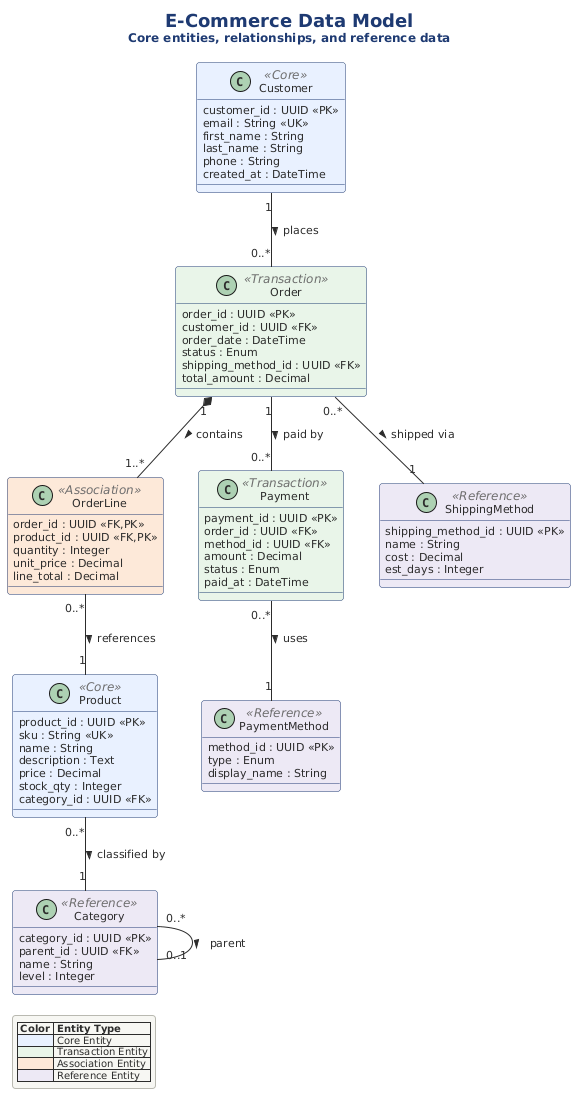
This is src/architecture/views-and-beyond/style-catalogs/module/data-model-style/png/07-ecommerce-data-model.png from Notoriousjayy/latex-docs, a PlantUML export, as it was before one commit.
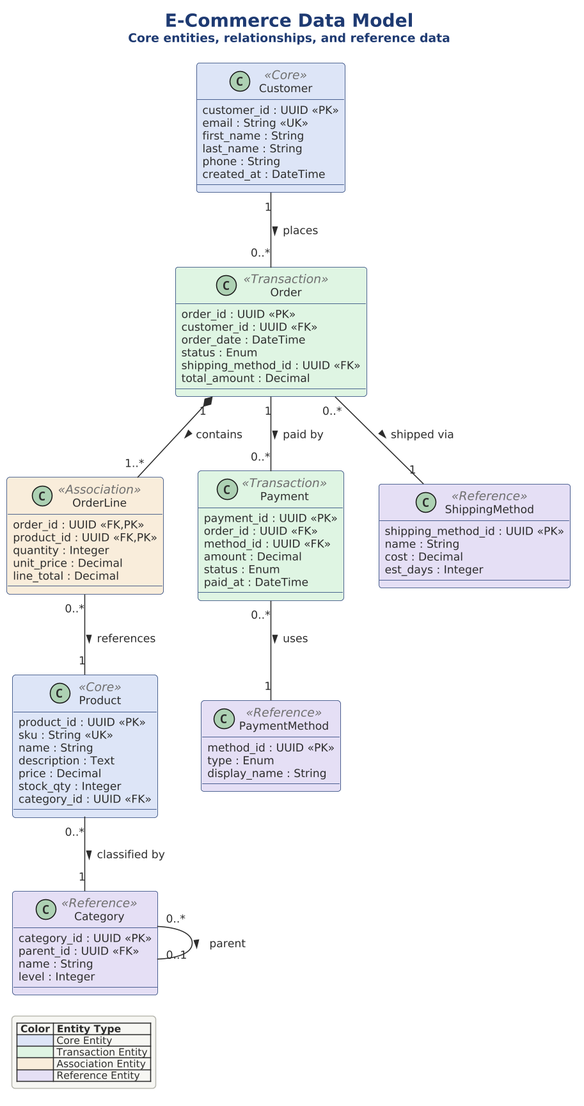
The same diagram one commit later.

The edit, as a diff of the source:
```diff
@@ -1,18 +1,23 @@
 @startuml 07-ecommerce-data-model
+
+skinparam dpi 150
+
+
+
 !include ../../../../../../tooling/styles/plantuml/structural/component-diagram-style.iuml
 
-!define CORE_BG #E8F0FE
-!define CORE_BD #4A90D9
-!define REF_BG #EDE8F5
-!define REF_BD #7B68AE
-!define TRANS_BG #E8F5E8
-!define TRANS_BD #5BA85B
-!define ASSOC_BG #FDE8D8
-!define ASSOC_BD #D4763C
+!define CORE_BG $fill_primary
+!define CORE_BD $line_primary
+!define REF_BG $fill_alt
+!define REF_BD $line_alt
+!define TRANS_BG $fill_ok
+!define TRANS_BD $line_ok
+!define ASSOC_BG $fill_caution
+!define ASSOC_BD $line_caution
 
 title <size:18><b>E-Commerce Data Model</b></size>\n<size:12>Core entities, relationships, and reference data</size>
 
-class "Customer" as cust <<Core>> #E8F0FE {
+class "Customer" as cust <<Core>> $fill_primary {
   customer_id : UUID <<PK>>
   email : String <<UK>>
   first_name : String
@@ -21,7 +26,7 @@
   created_at : DateTime
 }
 
-class "Order" as ord <<Transaction>> #E8F5E8 {
+class "Order" as ord <<Transaction>> $fill_ok {
   order_id : UUID <<PK>>
   customer_id : UUID <<FK>>
   order_date : DateTime
@@ -30,7 +35,7 @@
   total_amount : Decimal
 }
 
-class "OrderLine" as ol <<Association>> #FDE8D8 {
+class "OrderLine" as ol <<Association>> $fill_caution {
   order_id : UUID <<FK,PK>>
   product_id : UUID <<FK,PK>>
   quantity : Integer
@@ -38,7 +43,7 @@
   line_total : Decimal
 }
 
-class "Product" as prod <<Core>> #E8F0FE {
+class "Product" as prod <<Core>> $fill_primary {
   product_id : UUID <<PK>>
   sku : String <<UK>>
   name : String
@@ -48,14 +53,14 @@
   category_id : UUID <<FK>>
 }
 
-class "Category" as cat <<Reference>> #EDE8F5 {
+class "Category" as cat <<Reference>> $fill_alt {
   category_id : UUID <<PK>>
   parent_id : UUID <<FK>>
   name : String
   level : Integer
 }
 
-class "Payment" as pay <<Transaction>> #E8F5E8 {
+class "Payment" as pay <<Transaction>> $fill_ok {
   payment_id : UUID <<PK>>
   order_id : UUID <<FK>>
   method_id : UUID <<FK>>
@@ -64,13 +69,13 @@
   paid_at : DateTime
 }
 
-class "PaymentMethod" as pm <<Reference>> #EDE8F5 {
+class "PaymentMethod" as pm <<Reference>> $fill_alt {
   method_id : UUID <<PK>>
   type : Enum
   display_name : String
 }
 
-class "ShippingMethod" as sm <<Reference>> #EDE8F5 {
+class "ShippingMethod" as sm <<Reference>> $fill_alt {
   shipping_method_id : UUID <<PK>>
   name : String
   cost : Decimal
@@ -88,10 +93,10 @@
 
 legend bottom left
   |= Color |= Entity Type |
-  | <#E8F0FE> | Core Entity |
-  | <#E8F5E8> | Transaction Entity |
-  | <#FDE8D8> | Association Entity |
-  | <#EDE8F5> | Reference Entity |
+  | <$fill_primary> | Core Entity |
+  | <$fill_ok> | Transaction Entity |
+  | <$fill_caution> | Association Entity |
+  | <$fill_alt> | Reference Entity |
 end legend
 
 @enduml
```
